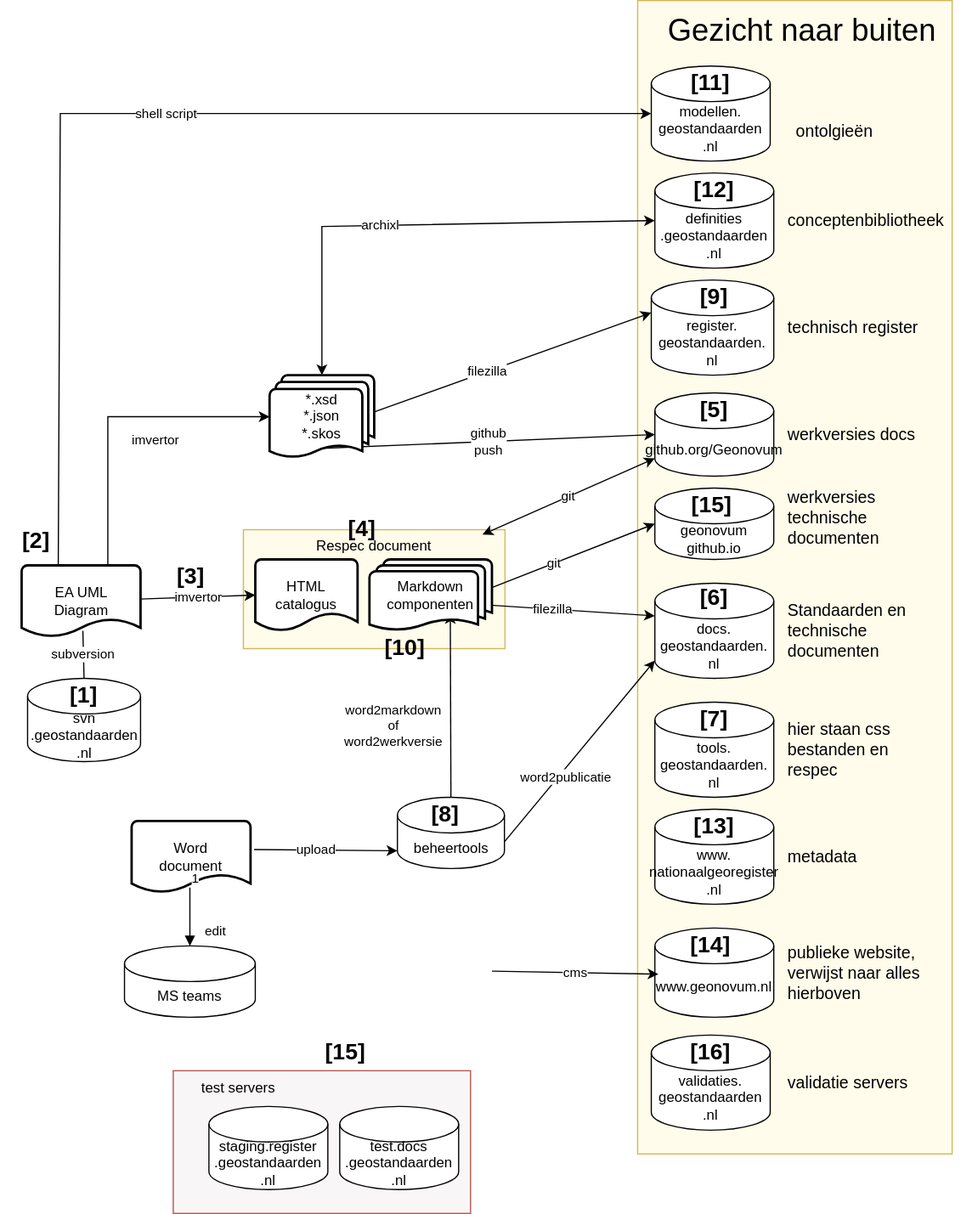
Earlier version of the draw.io export docs/media/PublicatieInfrastructuurGeonovum.drawio.svg (Geonovum/handleiding-tooling). Source tidied: cells renumbered, new cells last; positions are measured from the earlier drawing's top-left corner, leaving out a move shared by most shapes.
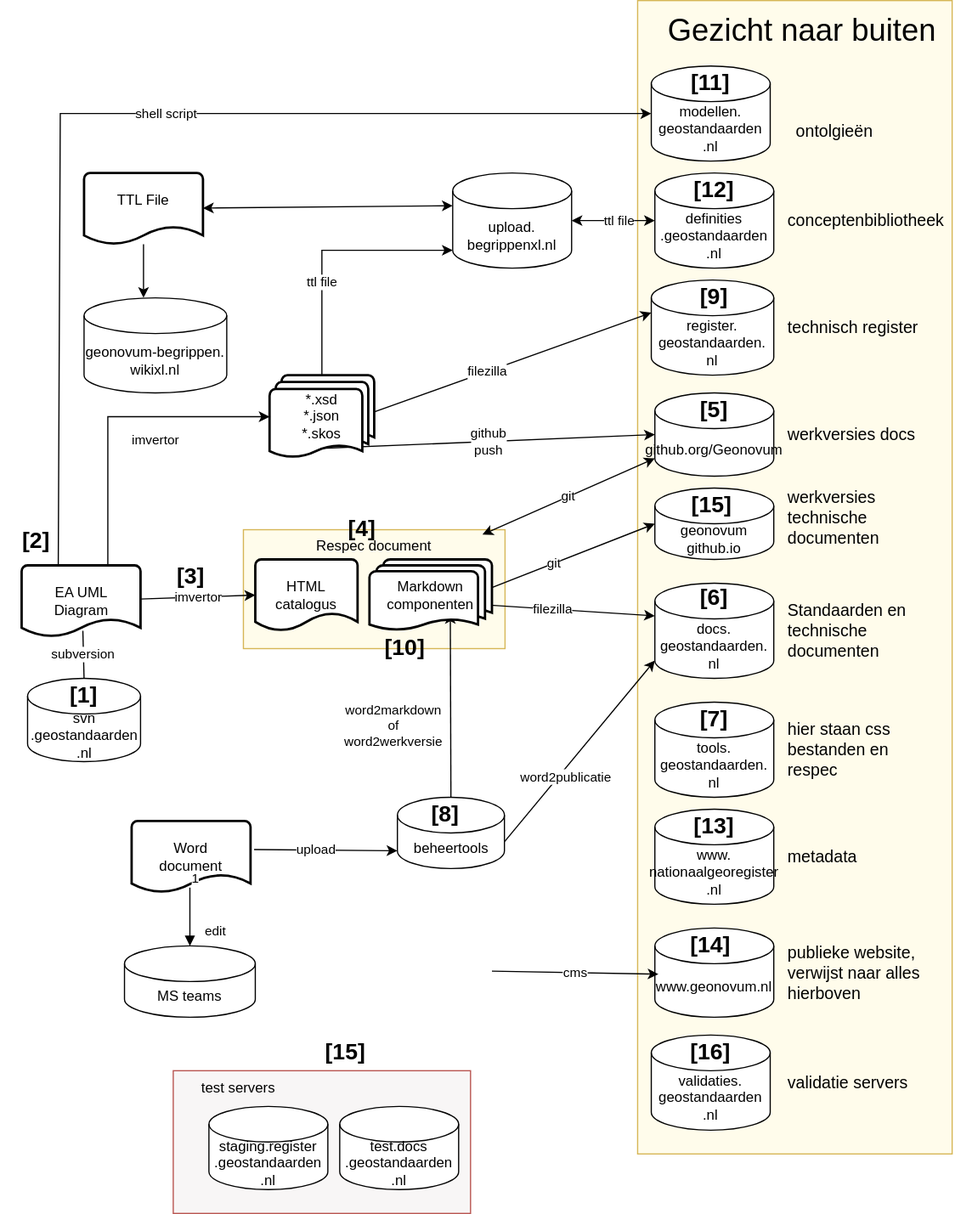
The same diagram one commit later.

Commit message:
plaatje aangepast voor begrippeneditor en oud plaatje verwijderd

The edit, as a diff of the source:
```diff
@@ -42,10 +42,12 @@
     <mxCell id="13" value="&lt;div&gt;definities&lt;/div&gt;&lt;div&gt;.geostandaarden&lt;/div&gt;&lt;div&gt;.nl&lt;/div&gt;" style="shape=cylinder3;whiteSpace=wrap;html=1;boundedLbl=1;backgroundOutline=1;size=15;" parent="1" vertex="1">
       <mxGeometry x="550" y="145" width="100" height="80" as="geometry" />
     </mxCell>
-    <mxCell id="14" value="archixl" style="endArrow=classic;startArrow=classic;html=1;rounded=0;entryX=0.5;entryY=0;entryDx=0;entryDy=0;startWidth=18;exitX=0;exitY=0.5;exitDx=0;exitDy=0;exitPerimeter=0;entryPerimeter=0;" parent="1" edge="1" source="13" target="56">
+    <mxCell id="14" value="ttl file" style="endArrow=classic;startArrow=classic;html=1;rounded=0;entryX=0.5;entryY=0;entryDx=0;entryDy=0;startWidth=18;exitX=0;exitY=0.5;exitDx=0;exitDy=0;exitPerimeter=0;entryPerimeter=0;" parent="1" edge="1">
       <mxGeometry x="0.14" relative="1" as="geometry">
+        <mxPoint x="380" y="210" as="sourcePoint" />
+        <mxPoint x="270" y="340" as="targetPoint" />
         <Array as="points">
-          <mxPoint x="270" y="190" />
+          <mxPoint x="270" y="210" />
         </Array>
       </mxGeometry>
     </mxCell>
@@ -230,5 +232,27 @@
     <mxCell id="72" value="&lt;font style=&quot;font-size: 19px;&quot;&gt;&lt;b&gt;[4]&lt;/b&gt;&lt;/font&gt;" style="text;strokeColor=none;align=center;fillColor=none;html=1;verticalAlign=middle;whiteSpace=wrap;rounded=0;" parent="1" vertex="1">
       <mxGeometry x="274" y="430" width="60" height="30" as="geometry" />
     </mxCell>
+    <mxCell id="73" value="&lt;div&gt;upload.&lt;/div&gt;&lt;div&gt;begrippenxl.nl&lt;/div&gt;" style="shape=cylinder3;whiteSpace=wrap;html=1;boundedLbl=1;backgroundOutline=1;size=15;" parent="1" vertex="1">
+      <mxGeometry x="380" y="145" width="100" height="80" as="geometry" />
+    </mxCell>
+    <mxCell id="74" value="&lt;div&gt;geonovum-begrippen.&lt;/div&gt;&lt;div&gt;wikixl.nl&lt;/div&gt;" style="shape=cylinder3;whiteSpace=wrap;html=1;boundedLbl=1;backgroundOutline=1;size=15;" parent="1" vertex="1">
+      <mxGeometry x="70" y="250" width="120" height="80" as="geometry" />
+    </mxCell>
+    <mxCell id="75" value="ttl file" style="endArrow=classic;startArrow=classic;html=1;rounded=0;entryX=0;entryY=0.5;entryDx=0;entryDy=0;startWidth=18;exitX=1;exitY=0.5;exitDx=0;exitDy=0;exitPerimeter=0;entryPerimeter=0;" parent="1" edge="1" source="73" target="13">
+      <mxGeometry x="0.14" relative="1" as="geometry" />
+    </mxCell>
+    <mxCell id="76" style="endArrow=classic;startArrow=classic;html=1;rounded=0;startWidth=18;exitX=0;exitY=0;exitDx=0;exitDy=27.5;exitPerimeter=0;" parent="1" edge="1" source="73" target="78">
+      <mxGeometry x="0.14" relative="1" as="geometry" />
+    </mxCell>
+    <mxCell id="77" style="edgeStyle=orthogonalEdgeStyle;rounded=0;jettySize=auto;html=1;" parent="1" edge="1" source="78" target="74">
+      <mxGeometry relative="1" as="geometry">
+        <Array as="points">
+          <mxPoint x="130" y="150" />
+        </Array>
+      </mxGeometry>
+    </mxCell>
+    <mxCell id="78" value="&lt;div&gt;TTL File&lt;/div&gt;&lt;div&gt;&lt;br&gt;&lt;/div&gt;" style="strokeWidth=2;html=1;shape=mxgraph.flowchart.document2;whiteSpace=wrap;size=0.25;" parent="1" vertex="1">
+      <mxGeometry x="70" y="145" width="100" height="60" as="geometry" />
+    </mxCell>
   </root>
 </mxGraphModel>
```
